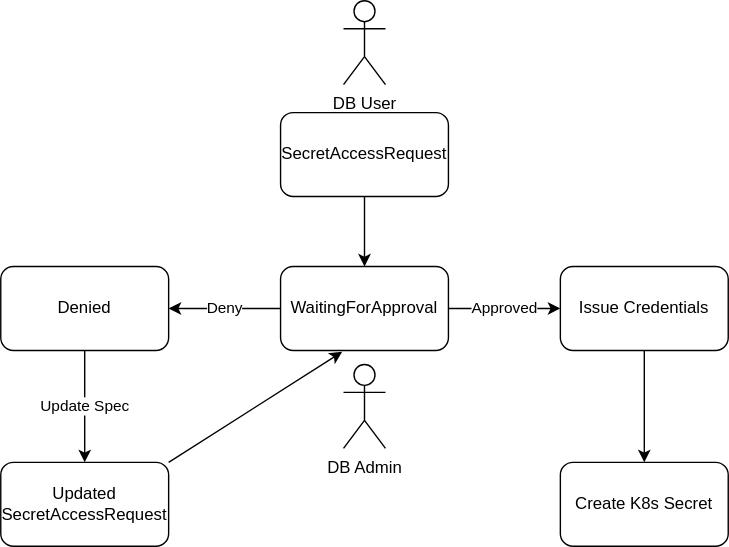
This is content/post/kubevault-v2021-09-27/secret-access-request.svg from appscode/blog, a draw.io export, as it was before one commit. Source tidied: cells renumbered, new cells last; positions are measured from the earlier drawing's top-left corner, leaving out a move shared by most shapes.
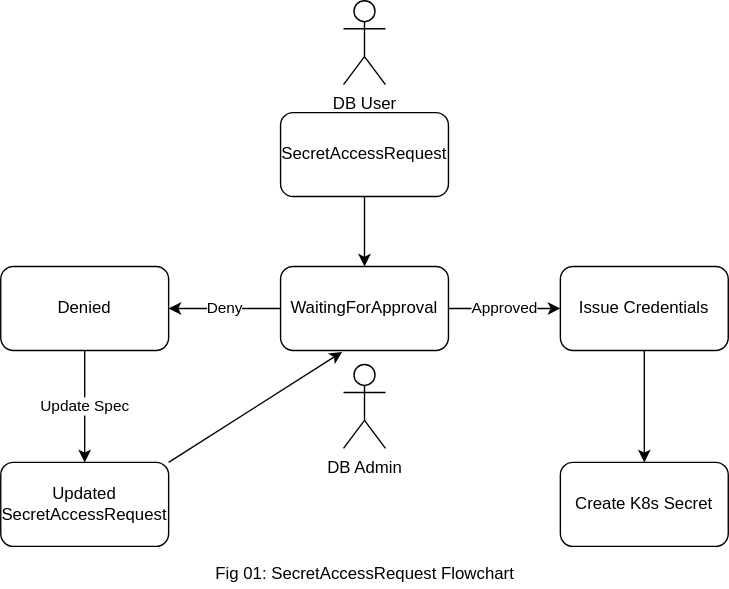
Above is the later version.

Commit message:
Signed-off-by: sakibalamin <sakibalamin@appscode.com>

What changed in the source:
```diff
@@ -44,5 +44,8 @@
     <mxCell id="15" style="endArrow=classic;html=1;entryX=0.367;entryY=1.017;entryDx=0;entryDy=0;entryPerimeter=0;exitX=1;exitY=0;exitDx=0;exitDy=0;" parent="1" edge="1" source="14" target="6">
       <mxGeometry relative="1" as="geometry" />
     </mxCell>
+    <mxCell id="16" value="Fig 01: SecretAccessRequest Flowchart" style="text;html=1;align=center;verticalAlign=middle;strokeColor=none;fillColor=none;" parent="1" vertex="1">
+      <mxGeometry x="145" y="400" width="230" height="20" as="geometry" />
+    </mxCell>
   </root>
 </mxGraphModel>
```
